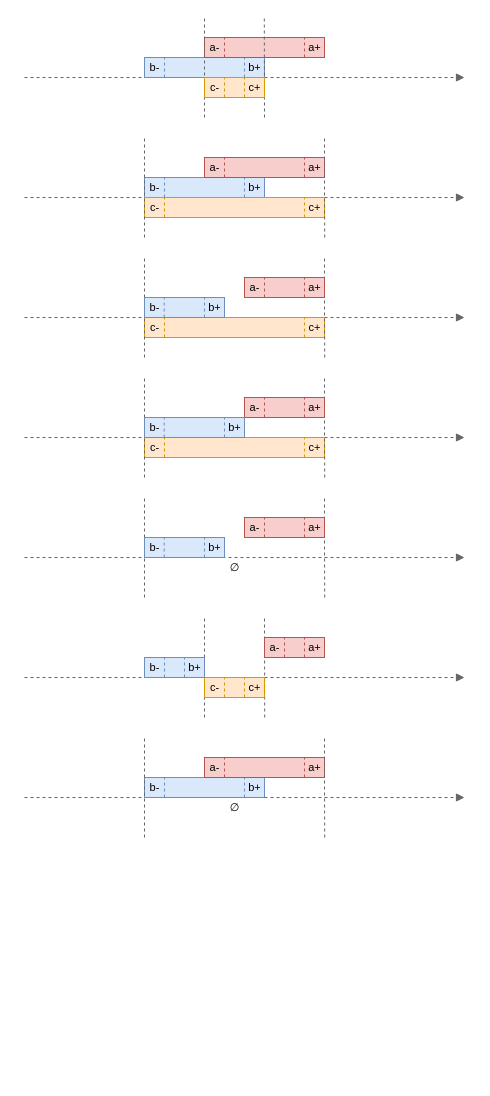
This is page "Algorithms" (5 of 5) of res/resources.drawio from gchudnov/mindthegap, a draw.io file, before an edit. Source tidied: cells renumbered, new cells numbered last; positions are measured from the earlier drawing's top-left corner, leaving out a move shared by most shapes. Both pictures are drawn from the tidied source at 100%, with x=0, y=0 at pixel (24, 17).
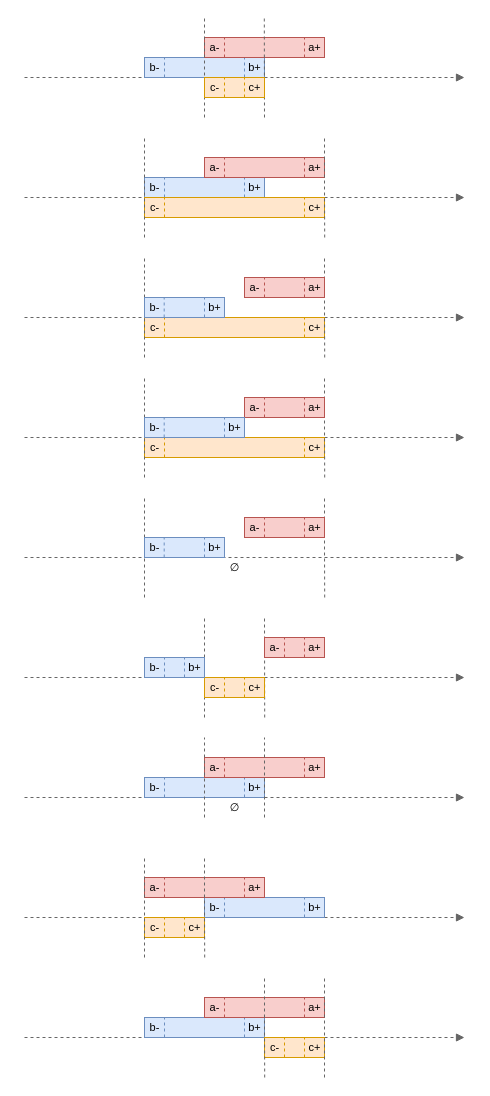
After the change.

Change to the diagram source:
```diff
@@
-    <mxCell id="133" style="endArrow=none;dashed=1;html=1;strokeWidth=1;fontSize=11;fillColor=#f5f5f5;strokeColor=#666666;" parent="1" edge="1">
-      <mxGeometry relative="1" as="geometry">
-        <mxPoint x="120" y="820" as="sourcePoint" />
-        <mxPoint x="120" y="720" as="targetPoint" />
-      </mxGeometry>
-    </mxCell>
-    <mxCell id="134" style="endArrow=none;dashed=1;html=1;strokeWidth=1;fontSize=11;fillColor=#f5f5f5;strokeColor=#666666;" parent="1" edge="1">
-      <mxGeometry relative="1" as="geometry">
-        <mxPoint x="300.2" y="820" as="sourcePoint" />
-        <mxPoint x="300" y="720" as="targetPoint" />
-        <Array as="points">
-          <mxPoint x="300" y="770" />
-        </Array>
-      </mxGeometry>
-    </mxCell>
@@
+    <mxCell id="136" style="endArrow=block;html=1;fontSize=12;strokeWidth=1;fillColor=#f5f5f5;strokeColor=#666666;endFill=1;dashed=1;" parent="1" edge="1">
+      <mxGeometry relative="1" as="geometry">
+        <mxPoint y="900" as="sourcePoint" />
+        <mxPoint x="440" y="900" as="targetPoint" />
+      </mxGeometry>
+    </mxCell>
+    <mxCell id="137" style="group;" parent="1" vertex="1">
+      <mxGeometry x="180" y="880" width="120" height="20" as="geometry" />
+    </mxCell>
+    <mxCell id="138" style="rounded=0;whiteSpace=wrap;html=1;fontSize=12;strokeWidth=1;fillColor=#dae8fc;strokeColor=#6c8ebf;" parent="137" vertex="1">
+      <mxGeometry width="120" height="20" as="geometry" />
+    </mxCell>
+    <mxCell id="139" value="b-" style="text;html=1;strokeColor=none;fillColor=none;align=center;verticalAlign=middle;rounded=0;fontSize=11;" parent="137" vertex="1">
+      <mxGeometry width="20" height="20" as="geometry" />
+    </mxCell>
+    <mxCell id="140" value="b+" style="text;strokeColor=none;fillColor=none;align=center;verticalAlign=middle;rounded=0;fontSize=11;html=1;spacing=2;" parent="137" vertex="1">
+      <mxGeometry x="100" width="20" height="20" as="geometry" />
+    </mxCell>
+    <mxCell id="141" style="endArrow=none;dashed=1;html=1;strokeWidth=1;fontSize=11;fillColor=#dae8fc;strokeColor=#6c8ebf;" parent="137" edge="1">
+      <mxGeometry relative="1" as="geometry">
+        <mxPoint x="100" y="20" as="sourcePoint" />
+        <mxPoint x="100" as="targetPoint" />
+      </mxGeometry>
+    </mxCell>
+    <mxCell id="142" style="endArrow=none;dashed=1;html=1;strokeWidth=1;fontSize=11;fillColor=#dae8fc;strokeColor=#6c8ebf;" parent="137" edge="1">
+      <mxGeometry relative="1" as="geometry">
+        <mxPoint x="20" y="20" as="sourcePoint" />
+        <mxPoint x="20" as="targetPoint" />
+      </mxGeometry>
+    </mxCell>
+    <mxCell id="143" style="group;" parent="1" vertex="1">
+      <mxGeometry x="120" y="860" width="120" height="20" as="geometry" />
+    </mxCell>
+    <mxCell id="144" style="rounded=0;whiteSpace=wrap;html=1;fontSize=12;strokeWidth=1;fillColor=#f8cecc;strokeColor=#b85450;" parent="143" vertex="1">
+      <mxGeometry width="120" height="20" as="geometry" />
+    </mxCell>
+    <mxCell id="145" value="&lt;p style=&quot;line-height: 1.2&quot;&gt;a-&lt;/p&gt;" style="text;html=1;strokeColor=none;fillColor=none;align=center;verticalAlign=middle;rounded=0;fontSize=11;labelPosition=center;verticalLabelPosition=middle;horizontal=1;" parent="143" vertex="1">
+      <mxGeometry width="20" height="20" as="geometry" />
+    </mxCell>
+    <mxCell id="146" value="a+" style="text;html=1;strokeColor=none;fillColor=none;align=center;verticalAlign=middle;rounded=0;fontSize=11;spacing=2;" parent="143" vertex="1">
+      <mxGeometry x="100" width="20" height="20" as="geometry" />
+    </mxCell>
+    <mxCell id="147" style="endArrow=none;dashed=1;html=1;strokeWidth=1;fontSize=11;fillColor=#f8cecc;strokeColor=#b85450;" parent="143" edge="1">
+      <mxGeometry relative="1" as="geometry">
+        <mxPoint x="100" y="20" as="sourcePoint" />
+        <mxPoint x="100" as="targetPoint" />
+      </mxGeometry>
+    </mxCell>
+    <mxCell id="148" style="endArrow=none;dashed=1;html=1;strokeWidth=1;fontSize=11;fillColor=#f8cecc;strokeColor=#b85450;" parent="143" edge="1">
+      <mxGeometry relative="1" as="geometry">
+        <mxPoint x="20" y="20" as="sourcePoint" />
+        <mxPoint x="20" as="targetPoint" />
+      </mxGeometry>
+    </mxCell>
+    <mxCell id="149" style="endArrow=none;dashed=1;html=1;strokeWidth=1;fontSize=11;fillColor=#f5f5f5;strokeColor=#666666;" parent="1" edge="1">
+      <mxGeometry relative="1" as="geometry">
+        <mxPoint x="240" y="800" as="sourcePoint" />
+        <mxPoint x="240" y="720" as="targetPoint" />
+      </mxGeometry>
+    </mxCell>
+    <mxCell id="150" style="endArrow=none;dashed=1;html=1;strokeWidth=1;fontSize=11;fillColor=#f5f5f5;strokeColor=#666666;" parent="1" edge="1">
+      <mxGeometry relative="1" as="geometry">
+        <mxPoint x="180" y="800" as="sourcePoint" />
+        <mxPoint x="180" y="720" as="targetPoint" />
+      </mxGeometry>
+    </mxCell>
+    <mxCell id="151" style="group;" parent="1" vertex="1">
+      <mxGeometry x="120" y="900" width="60" height="20" as="geometry" />
+    </mxCell>
+    <mxCell id="152" style="rounded=0;whiteSpace=wrap;html=1;fontSize=12;strokeWidth=1;fillColor=#ffe6cc;strokeColor=#d79b00;" parent="151" vertex="1">
+      <mxGeometry width="60" height="20" as="geometry" />
+    </mxCell>
+    <mxCell id="153" value="&lt;p style=&quot;line-height: 1.2&quot;&gt;c-&lt;/p&gt;" style="text;html=1;strokeColor=none;fillColor=none;align=center;verticalAlign=middle;rounded=0;fontSize=11;labelPosition=center;verticalLabelPosition=middle;horizontal=1;" parent="151" vertex="1">
+      <mxGeometry width="20" height="20" as="geometry" />
+    </mxCell>
+    <mxCell id="154" value="c+" style="text;html=1;strokeColor=none;fillColor=none;align=center;verticalAlign=middle;rounded=0;fontSize=11;spacing=2;" parent="151" vertex="1">
+      <mxGeometry x="40" width="20" height="20" as="geometry" />
+    </mxCell>
+    <mxCell id="155" style="endArrow=none;dashed=1;html=1;strokeWidth=1;fontSize=11;fillColor=#ffe6cc;strokeColor=#d79b00;" parent="151" edge="1">
+      <mxGeometry relative="1" as="geometry">
+        <mxPoint x="40" y="20" as="sourcePoint" />
+        <mxPoint x="40" as="targetPoint" />
+      </mxGeometry>
+    </mxCell>
+    <mxCell id="156" style="endArrow=none;dashed=1;html=1;strokeWidth=1;fontSize=11;fillColor=#ffe6cc;strokeColor=#d79b00;" parent="151" edge="1">
+      <mxGeometry relative="1" as="geometry">
+        <mxPoint x="20" y="20" as="sourcePoint" />
+        <mxPoint x="20" as="targetPoint" />
+      </mxGeometry>
+    </mxCell>
+    <mxCell id="157" style="endArrow=block;html=1;fontSize=12;strokeWidth=1;fillColor=#f5f5f5;strokeColor=#666666;endFill=1;dashed=1;" parent="1" edge="1">
+      <mxGeometry relative="1" as="geometry">
+        <mxPoint y="1020" as="sourcePoint" />
+        <mxPoint x="440" y="1020" as="targetPoint" />
+      </mxGeometry>
+    </mxCell>
+    <mxCell id="158" style="group;" parent="1" vertex="1">
+      <mxGeometry x="120" y="1000" width="120" height="20" as="geometry" />
+    </mxCell>
+    <mxCell id="159" style="rounded=0;whiteSpace=wrap;html=1;fontSize=12;strokeWidth=1;fillColor=#dae8fc;strokeColor=#6c8ebf;" parent="158" vertex="1">
+      <mxGeometry width="120" height="20" as="geometry" />
+    </mxCell>
+    <mxCell id="160" value="b-" style="text;html=1;strokeColor=none;fillColor=none;align=center;verticalAlign=middle;rounded=0;fontSize=11;" parent="158" vertex="1">
+      <mxGeometry width="20" height="20" as="geometry" />
+    </mxCell>
+    <mxCell id="161" value="b+" style="text;strokeColor=none;fillColor=none;align=center;verticalAlign=middle;rounded=0;fontSize=11;html=1;spacing=2;" parent="158" vertex="1">
+      <mxGeometry x="100" width="20" height="20" as="geometry" />
+    </mxCell>
+    <mxCell id="162" style="endArrow=none;dashed=1;html=1;strokeWidth=1;fontSize=11;fillColor=#dae8fc;strokeColor=#6c8ebf;" parent="158" edge="1">
+      <mxGeometry relative="1" as="geometry">
+        <mxPoint x="100" y="20" as="sourcePoint" />
+        <mxPoint x="100" as="targetPoint" />
+      </mxGeometry>
+    </mxCell>
+    <mxCell id="163" style="endArrow=none;dashed=1;html=1;strokeWidth=1;fontSize=11;fillColor=#dae8fc;strokeColor=#6c8ebf;" parent="158" edge="1">
+      <mxGeometry relative="1" as="geometry">
+        <mxPoint x="20" y="20" as="sourcePoint" />
+        <mxPoint x="20" as="targetPoint" />
+      </mxGeometry>
+    </mxCell>
+    <mxCell id="164" style="group;" parent="1" vertex="1">
+      <mxGeometry x="180" y="980" width="120" height="20" as="geometry" />
+    </mxCell>
+    <mxCell id="165" style="rounded=0;whiteSpace=wrap;html=1;fontSize=12;strokeWidth=1;fillColor=#f8cecc;strokeColor=#b85450;" parent="164" vertex="1">
+      <mxGeometry width="120" height="20" as="geometry" />
+    </mxCell>
+    <mxCell id="166" value="&lt;p style=&quot;line-height: 1.2&quot;&gt;a-&lt;/p&gt;" style="text;html=1;strokeColor=none;fillColor=none;align=center;verticalAlign=middle;rounded=0;fontSize=11;labelPosition=center;verticalLabelPosition=middle;horizontal=1;" parent="164" vertex="1">
+      <mxGeometry width="20" height="20" as="geometry" />
+    </mxCell>
+    <mxCell id="167" value="a+" style="text;html=1;strokeColor=none;fillColor=none;align=center;verticalAlign=middle;rounded=0;fontSize=11;spacing=2;" parent="164" vertex="1">
+      <mxGeometry x="100" width="20" height="20" as="geometry" />
+    </mxCell>
+    <mxCell id="168" style="endArrow=none;dashed=1;html=1;strokeWidth=1;fontSize=11;fillColor=#f8cecc;strokeColor=#b85450;" parent="164" edge="1">
+      <mxGeometry relative="1" as="geometry">
+        <mxPoint x="100" y="20" as="sourcePoint" />
+        <mxPoint x="100" as="targetPoint" />
+      </mxGeometry>
+    </mxCell>
+    <mxCell id="169" style="endArrow=none;dashed=1;html=1;strokeWidth=1;fontSize=11;fillColor=#f8cecc;strokeColor=#b85450;" parent="164" edge="1">
+      <mxGeometry relative="1" as="geometry">
+        <mxPoint x="20" y="20" as="sourcePoint" />
+        <mxPoint x="20" as="targetPoint" />
+      </mxGeometry>
+    </mxCell>
+    <mxCell id="170" style="group;" parent="1" vertex="1">
+      <mxGeometry x="240" y="1020" width="60" height="20" as="geometry" />
+    </mxCell>
+    <mxCell id="171" style="rounded=0;whiteSpace=wrap;html=1;fontSize=12;strokeWidth=1;fillColor=#ffe6cc;strokeColor=#d79b00;" parent="170" vertex="1">
+      <mxGeometry width="60" height="20" as="geometry" />
+    </mxCell>
+    <mxCell id="172" value="&lt;p style=&quot;line-height: 1.2&quot;&gt;c-&lt;/p&gt;" style="text;html=1;strokeColor=none;fillColor=none;align=center;verticalAlign=middle;rounded=0;fontSize=11;labelPosition=center;verticalLabelPosition=middle;horizontal=1;" parent="170" vertex="1">
+      <mxGeometry width="20" height="20" as="geometry" />
+    </mxCell>
+    <mxCell id="173" value="c+" style="text;html=1;strokeColor=none;fillColor=none;align=center;verticalAlign=middle;rounded=0;fontSize=11;spacing=2;" parent="170" vertex="1">
+      <mxGeometry x="40" width="20" height="20" as="geometry" />
+    </mxCell>
+    <mxCell id="174" style="endArrow=none;dashed=1;html=1;strokeWidth=1;fontSize=11;fillColor=#ffe6cc;strokeColor=#d79b00;" parent="170" edge="1">
+      <mxGeometry relative="1" as="geometry">
+        <mxPoint x="40" y="20" as="sourcePoint" />
+        <mxPoint x="40" as="targetPoint" />
+      </mxGeometry>
+    </mxCell>
+    <mxCell id="175" style="endArrow=none;dashed=1;html=1;strokeWidth=1;fontSize=11;fillColor=#ffe6cc;strokeColor=#d79b00;" parent="170" edge="1">
+      <mxGeometry relative="1" as="geometry">
+        <mxPoint x="20" y="20" as="sourcePoint" />
+        <mxPoint x="20" as="targetPoint" />
+      </mxGeometry>
+    </mxCell>
+    <mxCell id="176" style="endArrow=none;dashed=1;html=1;strokeWidth=1;fontSize=11;fillColor=#f5f5f5;strokeColor=#666666;" parent="1" edge="1">
+      <mxGeometry relative="1" as="geometry">
+        <mxPoint x="240.2" y="1060" as="sourcePoint" />
+        <mxPoint x="240" y="960" as="targetPoint" />
+        <Array as="points">
+          <mxPoint x="240" y="1010" />
+        </Array>
+      </mxGeometry>
+    </mxCell>
+    <mxCell id="177" style="endArrow=none;dashed=1;html=1;strokeWidth=1;fontSize=11;fillColor=#f5f5f5;strokeColor=#666666;" parent="1" edge="1">
+      <mxGeometry relative="1" as="geometry">
+        <mxPoint x="300" y="1060" as="sourcePoint" />
+        <mxPoint x="300" y="960" as="targetPoint" />
+      </mxGeometry>
+    </mxCell>
+    <mxCell id="178" style="endArrow=none;dashed=1;html=1;strokeWidth=1;fontSize=11;fillColor=#f5f5f5;strokeColor=#666666;" parent="1" edge="1">
+      <mxGeometry relative="1" as="geometry">
+        <mxPoint x="180.2" y="940" as="sourcePoint" />
+        <mxPoint x="180" y="840" as="targetPoint" />
+        <Array as="points">
+          <mxPoint x="180" y="890" />
+        </Array>
+      </mxGeometry>
+    </mxCell>
+    <mxCell id="179" style="endArrow=none;dashed=1;html=1;strokeWidth=1;fontSize=11;fillColor=#f5f5f5;strokeColor=#666666;" parent="1" edge="1">
+      <mxGeometry relative="1" as="geometry">
+        <mxPoint x="120" y="940" as="sourcePoint" />
+        <mxPoint x="120" y="840" as="targetPoint" />
+      </mxGeometry>
+    </mxCell>
```
